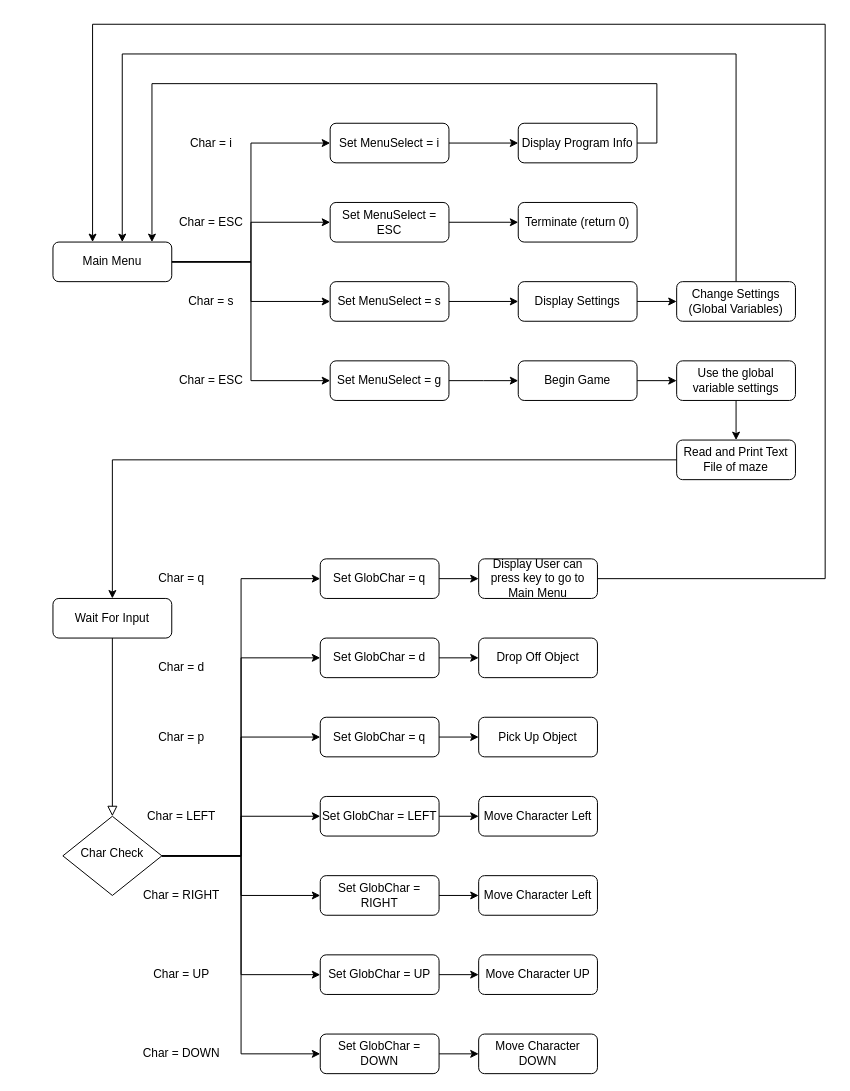
Earlier version of the draw.io diagram GameFLow.drawio (Gamme40/MazeRunner). Source tidied: cells renumbered, new cells numbered last; positions are measured from the earlier drawing's top-left corner, leaving out a move shared by most shapes. Both pictures are drawn from the tidied source at 99%, with x=0, y=0 at pixel (52, 24).
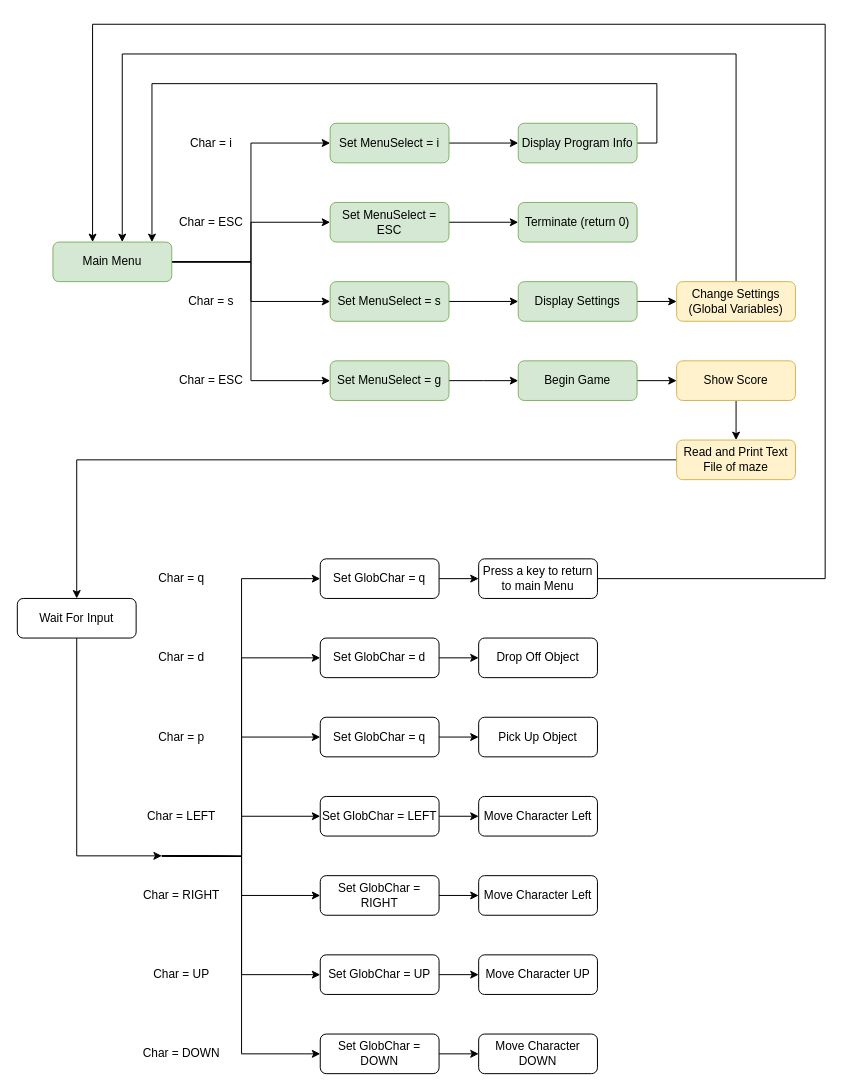
The same page after the edit.

Commit message (it also covers changes not shown here):
Menu Functionality and Navigation and Colour

Added the state machine and menu navigation and created a function to colour portions of texts.

The change refers to these unchanged cells:
```xml
<mxCell id="13" value="Set GlobChar = d" style="rounded=1;whiteSpace=wrap;html=1;fontSize=12;glass=0;strokeWidth=1;shadow=0;" parent="1" vertex="1">
  <mxGeometry x="270" y="620" width="120" height="40" as="geometry" />
</mxCell>
<mxCell id="15" value="Set GlobChar = q" style="rounded=1;whiteSpace=wrap;html=1;fontSize=12;glass=0;strokeWidth=1;shadow=0;" parent="1" vertex="1">
  <mxGeometry x="270" y="700" width="120" height="40" as="geometry" />
</mxCell>
<mxCell id="17" value="Set GlobChar = LEFT" style="rounded=1;whiteSpace=wrap;html=1;fontSize=12;glass=0;strokeWidth=1;shadow=0;" parent="1" vertex="1">
  <mxGeometry x="270" y="780" width="120" height="40" as="geometry" />
</mxCell>
<mxCell id="19" value="Set GlobChar = RIGHT" style="rounded=1;whiteSpace=wrap;html=1;fontSize=12;glass=0;strokeWidth=1;shadow=0;" parent="1" vertex="1">
  <mxGeometry x="270" y="860" width="120" height="40" as="geometry" />
</mxCell>
<mxCell id="21" value="Set GlobChar = UP" style="rounded=1;whiteSpace=wrap;html=1;fontSize=12;glass=0;strokeWidth=1;shadow=0;" parent="1" vertex="1">
  <mxGeometry x="270" y="940" width="120" height="40" as="geometry" />
</mxCell>
<mxCell id="23" value="Set GlobChar = DOWN" style="rounded=1;whiteSpace=wrap;html=1;fontSize=12;glass=0;strokeWidth=1;shadow=0;" parent="1" vertex="1">
  <mxGeometry x="270" y="1020" width="120" height="40" as="geometry" />
</mxCell>
<mxCell id="61" value="Set GlobChar = q" style="rounded=1;whiteSpace=wrap;html=1;fontSize=12;glass=0;strokeWidth=1;shadow=0;" parent="1" vertex="1">
  <mxGeometry x="270" y="540" width="120" height="40" as="geometry" />
</mxCell>
```

Diff of the diagram source:
```diff
@@
-    <mxCell id="2" style="rounded=0;html=1;jettySize=auto;fontSize=11;endArrow=block;endFill=0;endSize=8;strokeWidth=1;shadow=0;labelBackgroundColor=none;edgeStyle=orthogonalEdgeStyle;" parent="1" edge="1" source="3" target="11">
-      <mxGeometry relative="1" as="geometry" />
-    </mxCell>
+    <mxCell id="71" style="edgeStyle=orthogonalEdgeStyle;rounded=0;jettySize=auto;html=1;exitX=0.5;exitY=1;exitDx=0;exitDy=0;" parent="1" edge="1" source="3">
+      <mxGeometry relative="1" as="geometry">
+        <mxPoint x="110" y="840" as="targetPoint" />
+        <Array as="points">
+          <mxPoint x="24" y="840" />
+        </Array>
+      </mxGeometry>
+    </mxCell>
     <mxCell id="3" value="Wait For Input" style="rounded=1;whiteSpace=wrap;html=1;fontSize=12;glass=0;strokeWidth=1;shadow=0;" parent="1" vertex="1">
-      <mxGeometry y="580" width="120" height="40" as="geometry" />
+      <mxGeometry x="-36" y="580" width="120" height="40" as="geometry" />
     </mxCell>
-    <mxCell id="4" style="edgeStyle=orthogonalEdgeStyle;rounded=0;jettySize=auto;html=1;exitX=1;exitY=0.5;exitDx=0;exitDy=0;entryX=0;entryY=0.5;entryDx=0;entryDy=0;" parent="1" edge="1" source="11" target="15">
-      <mxGeometry relative="1" as="geometry" />
+    <mxCell id="4" style="edgeStyle=orthogonalEdgeStyle;rounded=0;jettySize=auto;html=1;exitX=1;exitY=0.5;exitDx=0;exitDy=0;entryX=0;entryY=0.5;entryDx=0;entryDy=0;" parent="1" edge="1" target="15">
+      <mxGeometry relative="1" as="geometry">
+        <mxPoint x="110" y="840" as="sourcePoint" />
+      </mxGeometry>
     </mxCell>
-    <mxCell id="5" style="edgeStyle=orthogonalEdgeStyle;rounded=0;jettySize=auto;html=1;exitX=1;exitY=0.5;exitDx=0;exitDy=0;entryX=0;entryY=0.5;entryDx=0;entryDy=0;" parent="1" edge="1" source="11" target="17">
-      <mxGeometry relative="1" as="geometry" />
+    <mxCell id="5" style="edgeStyle=orthogonalEdgeStyle;rounded=0;jettySize=auto;html=1;exitX=1;exitY=0.5;exitDx=0;exitDy=0;entryX=0;entryY=0.5;entryDx=0;entryDy=0;" parent="1" edge="1" target="17">
+      <mxGeometry relative="1" as="geometry">
+        <mxPoint x="110" y="840" as="sourcePoint" />
+      </mxGeometry>
     </mxCell>
-    <mxCell id="6" style="edgeStyle=orthogonalEdgeStyle;rounded=0;jettySize=auto;html=1;exitX=1;exitY=0.5;exitDx=0;exitDy=0;entryX=0;entryY=0.5;entryDx=0;entryDy=0;" parent="1" edge="1" source="11" target="19">
-      <mxGeometry relative="1" as="geometry" />
+    <mxCell id="6" style="edgeStyle=orthogonalEdgeStyle;rounded=0;jettySize=auto;html=1;exitX=1;exitY=0.5;exitDx=0;exitDy=0;entryX=0;entryY=0.5;entryDx=0;entryDy=0;" parent="1" edge="1" target="19">
+      <mxGeometry relative="1" as="geometry">
+        <mxPoint x="110" y="840" as="sourcePoint" />
+      </mxGeometry>
     </mxCell>
-    <mxCell id="7" style="edgeStyle=orthogonalEdgeStyle;rounded=0;jettySize=auto;html=1;exitX=1;exitY=0.5;exitDx=0;exitDy=0;entryX=0;entryY=0.5;entryDx=0;entryDy=0;" parent="1" edge="1" source="11" target="21">
-      <mxGeometry relative="1" as="geometry" />
+    <mxCell id="7" style="edgeStyle=orthogonalEdgeStyle;rounded=0;jettySize=auto;html=1;exitX=1;exitY=0.5;exitDx=0;exitDy=0;entryX=0;entryY=0.5;entryDx=0;entryDy=0;" parent="1" edge="1" target="21">
+      <mxGeometry relative="1" as="geometry">
+        <mxPoint x="110" y="840" as="sourcePoint" />
+      </mxGeometry>
     </mxCell>
-    <mxCell id="8" style="edgeStyle=orthogonalEdgeStyle;rounded=0;jettySize=auto;html=1;exitX=1;exitY=0.5;exitDx=0;exitDy=0;entryX=0;entryY=0.5;entryDx=0;entryDy=0;" parent="1" edge="1" source="11" target="23">
-      <mxGeometry relative="1" as="geometry" />
+    <mxCell id="8" style="edgeStyle=orthogonalEdgeStyle;rounded=0;jettySize=auto;html=1;exitX=1;exitY=0.5;exitDx=0;exitDy=0;entryX=0;entryY=0.5;entryDx=0;entryDy=0;" parent="1" edge="1" target="23">
+      <mxGeometry relative="1" as="geometry">
+        <mxPoint x="110" y="840" as="sourcePoint" />
+      </mxGeometry>
     </mxCell>
-    <mxCell id="9" style="edgeStyle=orthogonalEdgeStyle;rounded=0;jettySize=auto;html=1;exitX=1;exitY=0.5;exitDx=0;exitDy=0;entryX=0;entryY=0.5;entryDx=0;entryDy=0;" parent="1" edge="1" source="11" target="13">
-      <mxGeometry relative="1" as="geometry" />
+    <mxCell id="9" style="edgeStyle=orthogonalEdgeStyle;rounded=0;jettySize=auto;html=1;exitX=1;exitY=0.5;exitDx=0;exitDy=0;entryX=0;entryY=0.5;entryDx=0;entryDy=0;" parent="1" edge="1" target="13">
+      <mxGeometry relative="1" as="geometry">
+        <mxPoint x="110" y="840" as="sourcePoint" />
+      </mxGeometry>
     </mxCell>
-    <mxCell id="10" style="edgeStyle=orthogonalEdgeStyle;rounded=0;jettySize=auto;html=1;exitX=1;exitY=0.5;exitDx=0;exitDy=0;entryX=0;entryY=0.5;entryDx=0;entryDy=0;" parent="1" edge="1" source="11" target="61">
-      <mxGeometry relative="1" as="geometry" />
+    <mxCell id="10" style="edgeStyle=orthogonalEdgeStyle;rounded=0;jettySize=auto;html=1;exitX=1;exitY=0.5;exitDx=0;exitDy=0;entryX=0;entryY=0.5;entryDx=0;entryDy=0;" parent="1" edge="1" target="61">
+      <mxGeometry relative="1" as="geometry">
+        <mxPoint x="110" y="840" as="sourcePoint" />
+      </mxGeometry>
     </mxCell>
-    <mxCell id="11" value="Char Check" style="rhombus;whiteSpace=wrap;html=1;shadow=0;fontFamily=Helvetica;fontSize=12;align=center;strokeWidth=1;spacing=6;spacingTop=-4;" parent="1" vertex="1">
-      <mxGeometry x="10" y="800" width="100" height="80" as="geometry" />
-    </mxCell>
@@
     <mxCell id="25" value="Char = d" style="text;html=1;strokeColor=none;fillColor=none;align=center;verticalAlign=middle;whiteSpace=wrap;rounded=0;" parent="1" vertex="1">
-      <mxGeometry x="70" y="640" width="120" height="20" as="geometry" />
+      <mxGeometry x="70" y="630" width="120" height="20" as="geometry" />
     </mxCell>
@@
-    <mxCell id="34" value="Main Menu" style="rounded=1;whiteSpace=wrap;html=1;fontSize=12;glass=0;strokeWidth=1;shadow=0;" parent="1" vertex="1">
+    <mxCell id="34" value="Main Menu" style="rounded=1;whiteSpace=wrap;html=1;fontSize=12;glass=0;strokeWidth=1;shadow=0;fillColor=#d5e8d4;strokeColor=#82b366;" parent="1" vertex="1">
       <mxGeometry y="220" width="120" height="40" as="geometry" />
     </mxCell>
@@
-    <mxCell id="36" value="Set MenuSelect = i" style="rounded=1;whiteSpace=wrap;html=1;fontSize=12;glass=0;strokeWidth=1;shadow=0;" parent="1" vertex="1">
+    <mxCell id="36" value="Set MenuSelect = i" style="rounded=1;whiteSpace=wrap;html=1;fontSize=12;glass=0;strokeWidth=1;shadow=0;fillColor=#d5e8d4;strokeColor=#82b366;" parent="1" vertex="1">
       <mxGeometry x="280" y="100" width="120" height="40" as="geometry" />
     </mxCell>
@@
-    <mxCell id="38" value="Set MenuSelect = g" style="rounded=1;whiteSpace=wrap;html=1;fontSize=12;glass=0;strokeWidth=1;shadow=0;" parent="1" vertex="1">
+    <mxCell id="38" value="Set MenuSelect = g" style="rounded=1;whiteSpace=wrap;html=1;fontSize=12;glass=0;strokeWidth=1;shadow=0;fillColor=#d5e8d4;strokeColor=#82b366;" parent="1" vertex="1">
       <mxGeometry x="280" y="340" width="120" height="40" as="geometry" />
     </mxCell>
@@
-    <mxCell id="40" value="Set MenuSelect = s" style="rounded=1;whiteSpace=wrap;html=1;fontSize=12;glass=0;strokeWidth=1;shadow=0;" parent="1" vertex="1">
+    <mxCell id="40" value="Set MenuSelect = s" style="rounded=1;whiteSpace=wrap;html=1;fontSize=12;glass=0;strokeWidth=1;shadow=0;fillColor=#d5e8d4;strokeColor=#82b366;" parent="1" vertex="1">
       <mxGeometry x="280" y="260" width="120" height="40" as="geometry" />
     </mxCell>
@@
-    <mxCell id="42" value="Set MenuSelect = ESC" style="rounded=1;whiteSpace=wrap;html=1;fontSize=12;glass=0;strokeWidth=1;shadow=0;" parent="1" vertex="1">
+    <mxCell id="42" value="Set MenuSelect = ESC" style="rounded=1;whiteSpace=wrap;html=1;fontSize=12;glass=0;strokeWidth=1;shadow=0;fillColor=#d5e8d4;strokeColor=#82b366;" parent="1" vertex="1">
       <mxGeometry x="280" y="180" width="120" height="40" as="geometry" />
     </mxCell>
@@
-    <mxCell id="48" value="Display Program Info" style="rounded=1;whiteSpace=wrap;html=1;fontSize=12;glass=0;strokeWidth=1;shadow=0;" parent="1" vertex="1">
+    <mxCell id="48" value="Display Program Info" style="rounded=1;whiteSpace=wrap;html=1;fontSize=12;glass=0;strokeWidth=1;shadow=0;fillColor=#d5e8d4;strokeColor=#82b366;" parent="1" vertex="1">
       <mxGeometry x="470" y="100" width="120" height="40" as="geometry" />
     </mxCell>
@@
-    <mxCell id="50" value="Display Settings" style="rounded=1;whiteSpace=wrap;html=1;fontSize=12;glass=0;strokeWidth=1;shadow=0;" parent="1" vertex="1">
+    <mxCell id="50" value="Display Settings" style="rounded=1;whiteSpace=wrap;html=1;fontSize=12;glass=0;strokeWidth=1;shadow=0;fillColor=#d5e8d4;strokeColor=#82b366;" parent="1" vertex="1">
       <mxGeometry x="470" y="260" width="120" height="40" as="geometry" />
     </mxCell>
@@
-    <mxCell id="52" value="Change Settings (Global Variables)" style="rounded=1;whiteSpace=wrap;html=1;fontSize=12;glass=0;strokeWidth=1;shadow=0;" parent="1" vertex="1">
+    <mxCell id="52" value="Change Settings (Global Variables)" style="rounded=1;whiteSpace=wrap;html=1;fontSize=12;glass=0;strokeWidth=1;shadow=0;fillColor=#fff2cc;strokeColor=#d6b656;" parent="1" vertex="1">
       <mxGeometry x="630" y="260" width="120" height="40" as="geometry" />
     </mxCell>
-    <mxCell id="53" value="Terminate (return 0)" style="rounded=1;whiteSpace=wrap;html=1;fontSize=12;glass=0;strokeWidth=1;shadow=0;" parent="1" vertex="1">
+    <mxCell id="53" value="Terminate (return 0)" style="rounded=1;whiteSpace=wrap;html=1;fontSize=12;glass=0;strokeWidth=1;shadow=0;fillColor=#d5e8d4;strokeColor=#82b366;" parent="1" vertex="1">
       <mxGeometry x="470" y="180" width="120" height="40" as="geometry" />
     </mxCell>
@@
-    <mxCell id="55" value="Begin Game" style="rounded=1;whiteSpace=wrap;html=1;fontSize=12;glass=0;strokeWidth=1;shadow=0;" parent="1" vertex="1">
+    <mxCell id="55" value="Begin Game" style="rounded=1;whiteSpace=wrap;html=1;fontSize=12;glass=0;strokeWidth=1;shadow=0;fillColor=#d5e8d4;strokeColor=#82b366;" parent="1" vertex="1">
       <mxGeometry x="470" y="340" width="120" height="40" as="geometry" />
     </mxCell>
@@
-    <mxCell id="57" value="Use the global variable settings" style="rounded=1;whiteSpace=wrap;html=1;fontSize=12;glass=0;strokeWidth=1;shadow=0;" parent="1" vertex="1">
+    <mxCell id="57" value="Show Score" style="rounded=1;whiteSpace=wrap;html=1;fontSize=12;glass=0;strokeWidth=1;shadow=0;fillColor=#fff2cc;strokeColor=#d6b656;" parent="1" vertex="1">
       <mxGeometry x="630" y="340" width="120" height="40" as="geometry" />
     </mxCell>
@@
-    <mxCell id="59" value="Read and Print Text File of maze" style="rounded=1;whiteSpace=wrap;html=1;fontSize=12;glass=0;strokeWidth=1;shadow=0;" parent="1" vertex="1">
+    <mxCell id="59" value="Read and Print Text File of maze" style="rounded=1;whiteSpace=wrap;html=1;fontSize=12;glass=0;strokeWidth=1;shadow=0;fillColor=#fff2cc;strokeColor=#d6b656;" parent="1" vertex="1">
       <mxGeometry x="630" y="420" width="120" height="40" as="geometry" />
     </mxCell>
@@
-    <mxCell id="65" value="Display User can press key to go to Main Menu" style="rounded=1;whiteSpace=wrap;html=1;fontSize=12;glass=0;strokeWidth=1;shadow=0;" parent="1" vertex="1">
+    <mxCell id="65" value="Press a key to return to main Menu" style="rounded=1;whiteSpace=wrap;html=1;fontSize=12;glass=0;strokeWidth=1;shadow=0;" parent="1" vertex="1">
       <mxGeometry x="430" y="540" width="120" height="40" as="geometry" />
     </mxCell>
```
